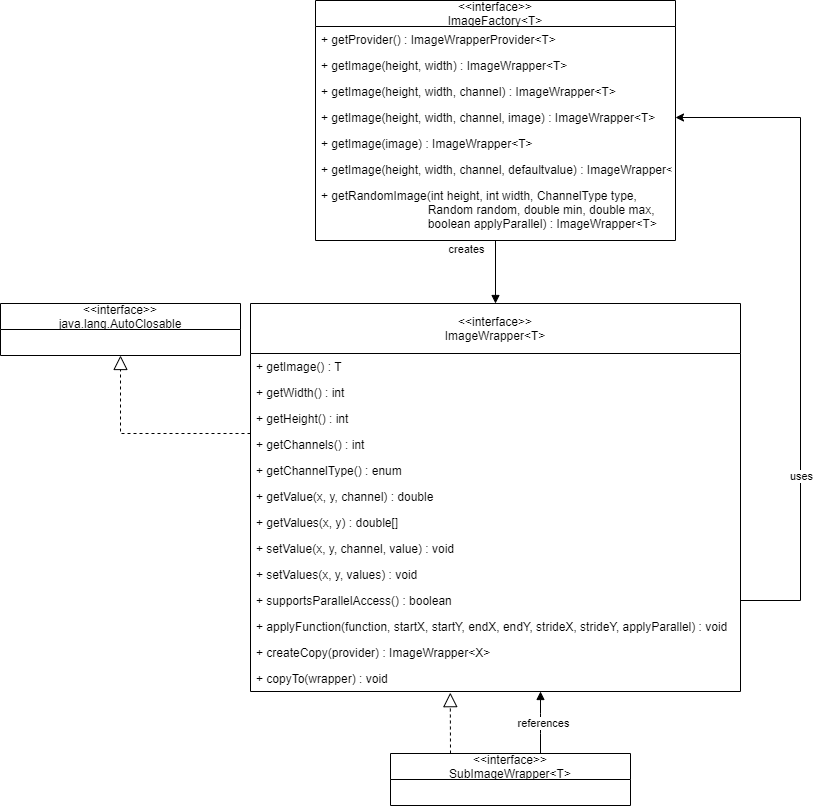
This is src/site/resources/documentation/imagefactory.png from FHOOEAIST/imaging, a draw.io export, as it was before one commit. Source tidied: cells renumbered, new cells last; positions are measured from the earlier drawing's top-left corner, leaving out a move shared by most shapes.
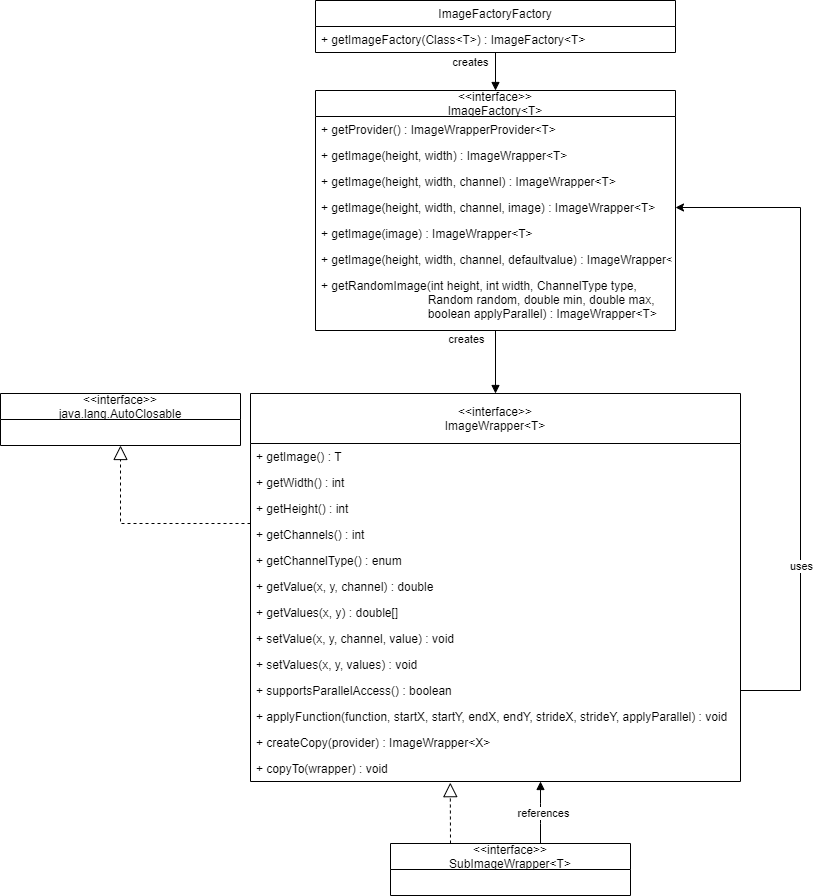
After the commit.

Change to the diagram source:
```diff
@@ -44,6 +44,9 @@
     <mxCell id="8" value="uses" style="edgeLabel;html=1;align=center;verticalAlign=middle;" parent="7" vertex="1">
       <mxGeometry x="-0.39" relative="1" as="geometry" />
     </mxCell>
+    <mxCell id="33" value="creates" style="html=1;verticalAlign=bottom;endArrow=block;entryX=0.5;entryY=0;entryDx=0;entryDy=0;" parent="1" edge="1" source="34" target="25">
+      <mxGeometry y="-25" relative="1" as="geometry" />
+    </mxCell>
     <mxCell id="9" value="&lt;&lt;interface&gt;&gt;&#10;ImageWrapper&lt;T&gt;" style="swimlane;fontStyle=0;horizontal=1;startSize=50;fillColor=none;" parent="1" vertex="1">
       <mxGeometry x="250" y="303" width="490" height="388" as="geometry" />
     </mxCell>
@@ -116,5 +119,11 @@
     <mxCell id="32" value="+ getRandomImage(int height, int width, ChannelType type, &#10;                                Random random, double min, double max, &#10;                                boolean applyParallel) : ImageWrapper&lt;T&gt;" style="text;strokeColor=none;fillColor=none;align=left;verticalAlign=top;spacingLeft=4;spacingRight=4;overflow=hidden;" parent="25" vertex="1">
       <mxGeometry y="182" width="360" height="58" as="geometry" />
     </mxCell>
+    <mxCell id="34" value="ImageFactoryFactory" style="swimlane;fontStyle=0;horizontal=1;startSize=26;fillColor=none;" parent="1" vertex="1">
+      <mxGeometry x="315" y="-90" width="360" height="52" as="geometry" />
+    </mxCell>
+    <mxCell id="35" value="+ getImageFactory(Class&lt;T&gt;) : ImageFactory&lt;T&gt;" style="text;strokeColor=none;fillColor=none;align=left;verticalAlign=top;spacingLeft=4;spacingRight=4;overflow=hidden;" parent="34" vertex="1">
+      <mxGeometry y="26" width="360" height="26" as="geometry" />
+    </mxCell>
   </root>
 </mxGraphModel>
```
